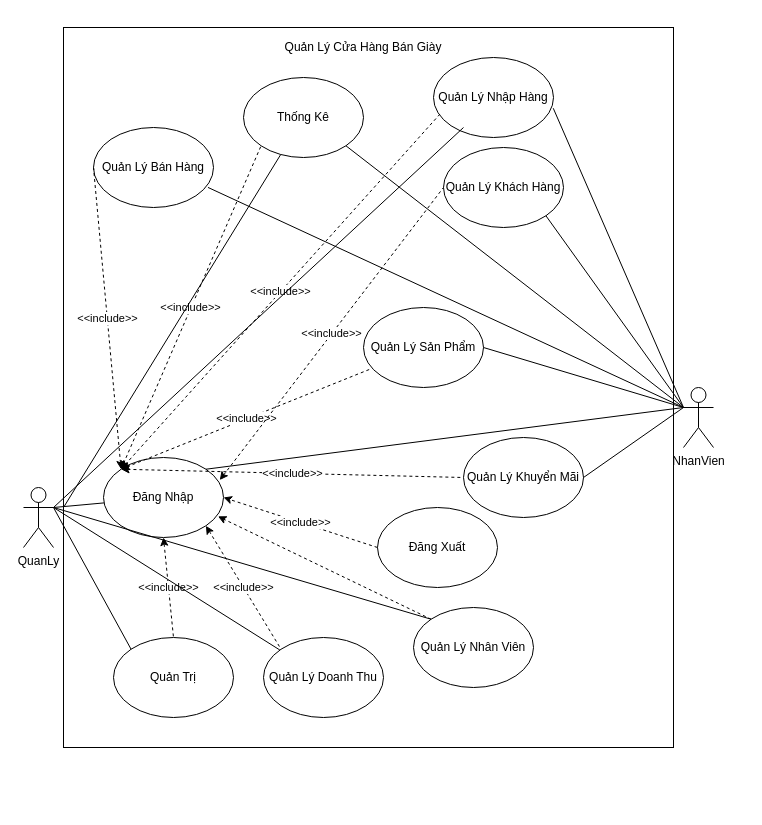
Earlier version of the draw.io diagram UseCase3.drawio (maivantai2003/Database). Source tidied: cells renumbered, new cells numbered last; positions are measured from the earlier drawing's top-left corner, leaving out a move shared by most shapes. Both pictures are drawn from the tidied source at 100%, with x=0, y=0 at pixel (23, 27).
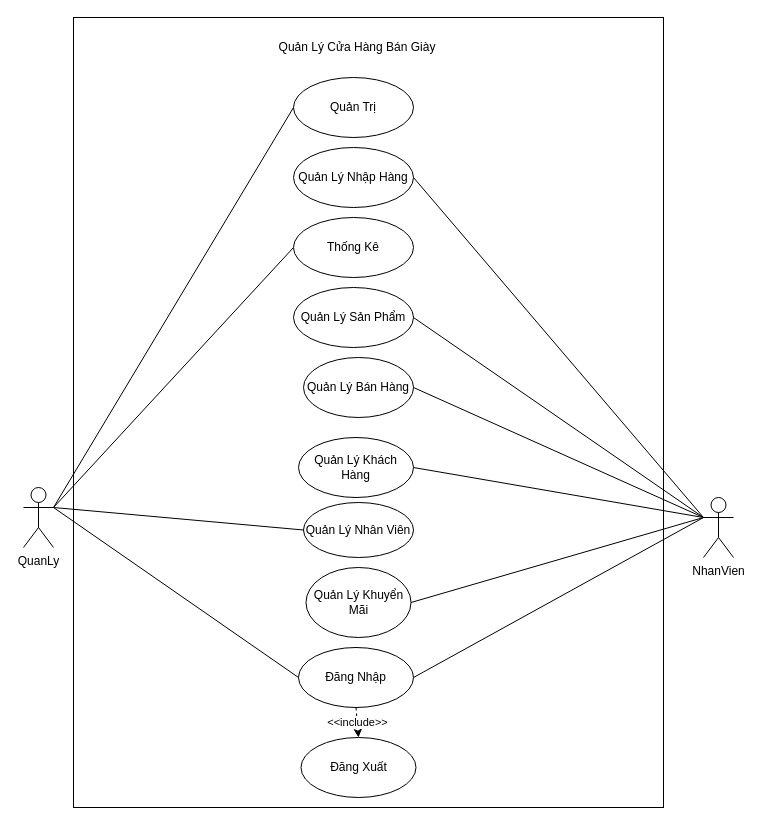
The same page after the edit.

Commit message:
Cập nhật UseCase3.drawio

Unchanged cells that the change refers to:
```xml
<mxCell id="9" value="QuanLy" style="shape=umlActor;verticalLabelPosition=bottom;verticalAlign=top;html=1;outlineConnect=0;" parent="1" vertex="1">
  <mxGeometry y="460" width="30" height="60" as="geometry" />
</mxCell>
```

Change to the diagram source:
```diff
@@
-    <mxCell id="2" style="rounded=0;whiteSpace=wrap;html=1;" parent="1" vertex="1">
-      <mxGeometry x="40" width="610" height="720" as="geometry" />
-    </mxCell>
+    <mxCell id="40" style="rounded=0;whiteSpace=wrap;html=1;" parent="1" vertex="1">
+      <mxGeometry x="50" y="-10" width="590" height="790" as="geometry" />
+    </mxCell>
     <mxCell id="3" value="NhanVien" style="shape=umlActor;verticalLabelPosition=bottom;verticalAlign=top;html=1;outlineConnect=0;" parent="1" vertex="1">
-      <mxGeometry x="660" y="360" width="30" height="60" as="geometry" />
+      <mxGeometry x="680" y="470" width="30" height="60" as="geometry" />
     </mxCell>
-    <mxCell id="4" value="Đăng Nhập" style="ellipse;whiteSpace=wrap;html=1;" parent="1" vertex="1">
-      <mxGeometry x="80" y="430" width="120" height="80" as="geometry" />
-    </mxCell>
     <mxCell id="5" value="Đăng Xuất" style="ellipse;whiteSpace=wrap;html=1;" parent="1" vertex="1">
-      <mxGeometry x="354" y="480" width="120" height="80" as="geometry" />
+      <mxGeometry x="277.5" y="710" width="115" height="60" as="geometry" />
     </mxCell>
-    <mxCell id="6" value="&amp;lt;&amp;lt;include&amp;gt;&amp;gt;" style="endArrow=classic;html=1;rounded=0;exitX=0;exitY=0.5;exitDx=0;exitDy=0;dashed=1;entryX=1;entryY=0.5;entryDx=0;entryDy=0;" parent="1" edge="1" source="5" target="4">
-      <mxGeometry relative="1" as="geometry" />
-    </mxCell>
     <mxCell id="7" value="Quản Lý Khách Hàng" style="ellipse;whiteSpace=wrap;html=1;" parent="1" vertex="1">
-      <mxGeometry x="420" y="120" width="120" height="80" as="geometry" />
+      <mxGeometry x="275" y="410" width="115" height="60" as="geometry" />
     </mxCell>
     <mxCell id="8" value="Quản Lý Nhập Hàng" style="ellipse;whiteSpace=wrap;html=1;" parent="1" vertex="1">
-      <mxGeometry x="410" y="30" width="120" height="80" as="geometry" />
+      <mxGeometry x="270" y="120" width="120" height="60" as="geometry" />
     </mxCell>
@@
-    <mxCell id="10" style="endArrow=none;html=1;rounded=0;exitX=1;exitY=0.3333333333333333;exitDx=0;exitDy=0;exitPerimeter=0;endFill=0;" parent="1" edge="1" source="9" target="4">
-      <mxGeometry relative="1" as="geometry" />
-    </mxCell>
-    <mxCell id="11" value="Quản Lý Doanh Thu" style="ellipse;whiteSpace=wrap;html=1;" parent="1" vertex="1">
-      <mxGeometry x="240" y="610" width="120" height="80" as="geometry" />
-    </mxCell>
     <mxCell id="12" value="Quản Trị" style="ellipse;whiteSpace=wrap;html=1;" parent="1" vertex="1">
-      <mxGeometry x="90" y="610" width="120" height="80" as="geometry" />
+      <mxGeometry x="270" y="50" width="120" height="60" as="geometry" />
     </mxCell>
-    <mxCell id="13" style="endArrow=none;html=1;rounded=0;entryX=1;entryY=0;entryDx=0;entryDy=0;endFill=0;exitX=0;exitY=0.3333333333333333;exitDx=0;exitDy=0;exitPerimeter=0;" parent="1" edge="1" source="3" target="4">
-      <mxGeometry relative="1" as="geometry" />
-    </mxCell>
-    <mxCell id="14" style="endArrow=none;html=1;rounded=0;entryX=1;entryY=1;entryDx=0;entryDy=0;endFill=0;exitX=0;exitY=0.3333333333333333;exitDx=0;exitDy=0;exitPerimeter=0;" parent="1" edge="1" source="3" target="7">
-      <mxGeometry relative="1" as="geometry" />
-    </mxCell>
-    <mxCell id="15" style="endArrow=none;html=1;rounded=0;exitX=0;exitY=0.3333333333333333;exitDx=0;exitDy=0;exitPerimeter=0;entryX=0.998;entryY=0.634;entryDx=0;entryDy=0;entryPerimeter=0;endFill=0;" parent="1" edge="1" source="3" target="8">
-      <mxGeometry relative="1" as="geometry" />
-    </mxCell>
     <mxCell id="16" value="Thống Kê" style="ellipse;whiteSpace=wrap;html=1;" parent="1" vertex="1">
-      <mxGeometry x="220" y="50" width="120" height="80" as="geometry" />
+      <mxGeometry x="270" y="190" width="120" height="60" as="geometry" />
     </mxCell>
-    <mxCell id="17" style="endArrow=none;html=1;rounded=0;exitX=0;exitY=0.3333333333333333;exitDx=0;exitDy=0;exitPerimeter=0;entryX=1;entryY=1;entryDx=0;entryDy=0;endFill=0;" parent="1" edge="1" source="3" target="16">
-      <mxGeometry relative="1" as="geometry" />
-    </mxCell>
     <mxCell id="18" value="Quản Lý Khuyển Mãi" style="ellipse;whiteSpace=wrap;html=1;" parent="1" vertex="1">
-      <mxGeometry x="440" y="410" width="120" height="80" as="geometry" />
+      <mxGeometry x="282.5" y="540" width="105" height="70" as="geometry" />
     </mxCell>
-    <mxCell id="19" style="endArrow=none;html=1;rounded=0;exitX=0;exitY=0.3333333333333333;exitDx=0;exitDy=0;exitPerimeter=0;entryX=1;entryY=0.5;entryDx=0;entryDy=0;endFill=0;" parent="1" edge="1" source="3" target="18">
-      <mxGeometry relative="1" as="geometry" />
-    </mxCell>
     <mxCell id="20" value="Quản Lý Bán Hàng" style="ellipse;whiteSpace=wrap;html=1;" parent="1" vertex="1">
-      <mxGeometry x="70" y="100" width="120" height="80" as="geometry" />
+      <mxGeometry x="280" y="330" width="110" height="60" as="geometry" />
     </mxCell>
     <mxCell id="21" value="Quản Lý Sản Phẩm" style="ellipse;whiteSpace=wrap;html=1;" parent="1" vertex="1">
-      <mxGeometry x="340" y="280" width="120" height="80" as="geometry" />
+      <mxGeometry x="270" y="260" width="120" height="60" as="geometry" />
     </mxCell>
+    <mxCell id="32" value="Quản Lý Cửa Hàng Bán Giày" style="text;html=1;strokeColor=none;fillColor=none;align=center;verticalAlign=middle;whiteSpace=wrap;rounded=0;" parent="1" vertex="1">
+      <mxGeometry x="214" y="10" width="240" height="20" as="geometry" />
+    </mxCell>
+    <mxCell id="35" value="Quản Lý Nhân Viên" style="ellipse;whiteSpace=wrap;html=1;" parent="1" vertex="1">
+      <mxGeometry x="280" y="475" width="110" height="55" as="geometry" />
+    </mxCell>
+    <mxCell id="4" value="Đăng Nhập" style="ellipse;whiteSpace=wrap;html=1;" parent="1" vertex="1">
+      <mxGeometry x="275" y="620" width="115" height="60" as="geometry" />
+    </mxCell>
+    <mxCell id="41" style="endArrow=none;html=1;rounded=0;exitX=1;exitY=0.3333333333333333;exitDx=0;exitDy=0;exitPerimeter=0;entryX=0;entryY=0.5;entryDx=0;entryDy=0;endFill=0;" parent="1" edge="1" source="9" target="12">
+      <mxGeometry relative="1" as="geometry" />
+    </mxCell>
+    <mxCell id="42" style="endArrow=none;html=1;rounded=0;exitX=1;exitY=0.3333333333333333;exitDx=0;exitDy=0;exitPerimeter=0;entryX=0;entryY=0.5;entryDx=0;entryDy=0;endFill=0;" parent="1" edge="1" source="9" target="16">
+      <mxGeometry relative="1" as="geometry" />
+    </mxCell>
+    <mxCell id="15" style="endArrow=none;html=1;rounded=0;exitX=0;exitY=0.3333333333333333;exitDx=0;exitDy=0;exitPerimeter=0;entryX=1;entryY=0.5;entryDx=0;entryDy=0;endFill=0;" parent="1" edge="1" source="3" target="8">
+      <mxGeometry relative="1" as="geometry" />
+    </mxCell>
+    <mxCell id="23" style="endArrow=none;html=1;rounded=0;exitX=0;exitY=0.3333333333333333;exitDx=0;exitDy=0;exitPerimeter=0;entryX=1;entryY=0.5;entryDx=0;entryDy=0;endFill=0;" parent="1" edge="1" source="3" target="20">
+      <mxGeometry relative="1" as="geometry" />
+    </mxCell>
+    <mxCell id="14" style="endArrow=none;html=1;rounded=0;exitX=0;exitY=0.3333333333333333;exitDx=0;exitDy=0;exitPerimeter=0;entryX=1;entryY=0.5;entryDx=0;entryDy=0;endFill=0;" parent="1" edge="1" source="3" target="7">
+      <mxGeometry relative="1" as="geometry" />
+    </mxCell>
+    <mxCell id="43" style="endArrow=none;html=1;rounded=0;exitX=1;exitY=0.3333333333333333;exitDx=0;exitDy=0;exitPerimeter=0;entryX=0;entryY=0.5;entryDx=0;entryDy=0;endFill=0;" parent="1" edge="1" source="9" target="35">
+      <mxGeometry relative="1" as="geometry" />
+    </mxCell>
@@
-    <mxCell id="23" style="endArrow=none;html=1;rounded=0;exitX=0;exitY=0.3333333333333333;exitDx=0;exitDy=0;exitPerimeter=0;entryX=0.954;entryY=0.749;entryDx=0;entryDy=0;entryPerimeter=0;endFill=0;" parent="1" edge="1" source="3" target="20">
-      <mxGeometry relative="1" as="geometry" />
-    </mxCell>
-    <mxCell id="24" value="&amp;lt;&amp;lt;include&amp;gt;&amp;gt;" style="endArrow=none;html=1;rounded=0;exitX=0;exitY=0;exitDx=0;exitDy=0;entryX=0;entryY=0.5;entryDx=0;entryDy=0;dashed=1;startArrow=classic;startFill=1;endFill=0;" parent="1" edge="1" source="4" target="20">
-      <mxGeometry relative="1" as="geometry" />
-    </mxCell>
-    <mxCell id="25" value="&amp;lt;&amp;lt;include&amp;gt;&amp;gt;" style="endArrow=none;html=1;rounded=0;entryX=0.068;entryY=0.763;entryDx=0;entryDy=0;entryPerimeter=0;dashed=1;exitX=0;exitY=0;exitDx=0;exitDy=0;startArrow=classic;startFill=1;endFill=0;" parent="1" edge="1" source="4" target="21">
-      <mxGeometry relative="1" as="geometry" />
-    </mxCell>
-    <mxCell id="26" value="&amp;lt;&amp;lt;include&amp;gt;&amp;gt;" style="endArrow=none;html=1;rounded=0;exitX=0;exitY=0;exitDx=0;exitDy=0;entryX=0;entryY=1;entryDx=0;entryDy=0;dashed=1;startArrow=classic;startFill=1;endFill=0;" parent="1" edge="1" source="4" target="16">
-      <mxGeometry relative="1" as="geometry" />
-    </mxCell>
-    <mxCell id="27" value="&amp;lt;&amp;lt;include&amp;gt;&amp;gt;" style="endArrow=none;html=1;rounded=0;exitX=0;exitY=0;exitDx=0;exitDy=0;entryX=0;entryY=0.5;entryDx=0;entryDy=0;dashed=1;startArrow=classic;startFill=1;endFill=0;" parent="1" edge="1" source="4" target="18">
-      <mxGeometry relative="1" as="geometry" />
-    </mxCell>
-    <mxCell id="28" value="&amp;lt;&amp;lt;include&amp;gt;&amp;gt;" style="endArrow=none;html=1;rounded=0;entryX=0;entryY=0.5;entryDx=0;entryDy=0;dashed=1;exitX=0.969;exitY=0.282;exitDx=0;exitDy=0;exitPerimeter=0;startArrow=classic;startFill=1;endFill=0;" parent="1" edge="1" source="4" target="7">
-      <mxGeometry relative="1" as="geometry" />
-    </mxCell>
-    <mxCell id="29" value="&amp;lt;&amp;lt;include&amp;gt;&amp;gt;" style="endArrow=none;html=1;rounded=0;entryX=0.053;entryY=0.709;entryDx=0;entryDy=0;entryPerimeter=0;dashed=1;exitX=0;exitY=0;exitDx=0;exitDy=0;startArrow=classic;startFill=1;endFill=0;" parent="1" edge="1" source="4" target="8">
-      <mxGeometry relative="1" as="geometry" />
-    </mxCell>
-    <mxCell id="30" value="&amp;lt;&amp;lt;include&amp;gt;&amp;gt;" style="endArrow=none;html=1;rounded=0;exitX=1;exitY=1;exitDx=0;exitDy=0;entryX=0;entryY=0;entryDx=0;entryDy=0;endFill=0;dashed=1;startArrow=classic;startFill=1;" parent="1" edge="1" source="4" target="11">
-      <mxGeometry relative="1" as="geometry" />
-    </mxCell>
-    <mxCell id="31" value="&amp;lt;&amp;lt;include&amp;gt;&amp;gt;" style="endArrow=none;html=1;rounded=0;exitX=0.5;exitY=1;exitDx=0;exitDy=0;entryX=0.5;entryY=0;entryDx=0;entryDy=0;endFill=0;dashed=1;startArrow=classic;startFill=1;" parent="1" edge="1" source="4" target="12">
-      <mxGeometry relative="1" as="geometry" />
-    </mxCell>
-    <mxCell id="32" value="Quản Lý Cửa Hàng Bán Giày" style="text;html=1;strokeColor=none;fillColor=none;align=center;verticalAlign=middle;whiteSpace=wrap;rounded=0;" parent="1" vertex="1">
-      <mxGeometry x="220" y="10" width="240" height="20" as="geometry" />
-    </mxCell>
-    <mxCell id="33" style="endArrow=none;html=1;rounded=0;entryX=0;entryY=0;entryDx=0;entryDy=0;endFill=0;" parent="1" edge="1" target="12">
-      <mxGeometry relative="1" as="geometry">
-        <mxPoint x="30" y="480" as="sourcePoint" />
-      </mxGeometry>
-    </mxCell>
-    <mxCell id="34" style="endArrow=none;html=1;rounded=0;exitX=1;exitY=0.3333333333333333;exitDx=0;exitDy=0;exitPerimeter=0;startArrow=none;startFill=0;endFill=0;" parent="1" edge="1" source="9" target="11">
-      <mxGeometry relative="1" as="geometry" />
-    </mxCell>
-    <mxCell id="35" value="Quản Lý Nhân Viên" style="ellipse;whiteSpace=wrap;html=1;" parent="1" vertex="1">
-      <mxGeometry x="390" y="580" width="120" height="80" as="geometry" />
-    </mxCell>
-    <mxCell id="36" style="endArrow=none;html=1;rounded=0;entryX=0;entryY=0;entryDx=0;entryDy=0;endFill=0;" parent="1" edge="1" target="35">
-      <mxGeometry relative="1" as="geometry">
-        <mxPoint x="30" y="480" as="sourcePoint" />
-      </mxGeometry>
-    </mxCell>
-    <mxCell id="37" style="endArrow=classic;html=1;rounded=0;exitX=0;exitY=0;exitDx=0;exitDy=0;entryX=0.954;entryY=0.736;entryDx=0;entryDy=0;entryPerimeter=0;dashed=1;" parent="1" edge="1" source="35" target="4">
-      <mxGeometry relative="1" as="geometry" />
-    </mxCell>
-    <mxCell id="38" style="endArrow=none;html=1;rounded=0;endFill=0;" parent="1" edge="1" target="16">
-      <mxGeometry relative="1" as="geometry">
-        <mxPoint x="40" y="480" as="sourcePoint" />
-      </mxGeometry>
-    </mxCell>
-    <mxCell id="39" style="endArrow=none;html=1;rounded=0;endFill=0;" parent="1" edge="1">
-      <mxGeometry relative="1" as="geometry">
-        <mxPoint x="30" y="480" as="sourcePoint" />
-        <mxPoint x="440" y="100" as="targetPoint" />
-      </mxGeometry>
-    </mxCell>
+    <mxCell id="10" style="endArrow=none;html=1;rounded=0;exitX=1;exitY=0.3333333333333333;exitDx=0;exitDy=0;exitPerimeter=0;entryX=0;entryY=0.5;entryDx=0;entryDy=0;endFill=0;" parent="1" edge="1" source="9" target="4">
+      <mxGeometry relative="1" as="geometry" />
+    </mxCell>
+    <mxCell id="13" style="endArrow=none;html=1;rounded=0;exitX=0;exitY=0.3333333333333333;exitDx=0;exitDy=0;exitPerimeter=0;entryX=1;entryY=0.5;entryDx=0;entryDy=0;endFill=0;" parent="1" edge="1" source="3" target="4">
+      <mxGeometry relative="1" as="geometry" />
+    </mxCell>
+    <mxCell id="44" value="&amp;lt;&amp;lt;include&amp;gt;&amp;gt;" style="endArrow=classic;html=1;rounded=0;exitX=0.5;exitY=1;exitDx=0;exitDy=0;entryX=0.5;entryY=0;entryDx=0;entryDy=0;dashed=1;" parent="1" edge="1" source="4" target="5">
+      <mxGeometry relative="1" as="geometry" />
+    </mxCell>
+    <mxCell id="19" style="endArrow=none;html=1;rounded=0;exitX=0;exitY=0.3333333333333333;exitDx=0;exitDy=0;exitPerimeter=0;entryX=1;entryY=0.5;entryDx=0;entryDy=0;endFill=0;" parent="1" edge="1" source="3" target="18">
+      <mxGeometry relative="1" as="geometry" />
+    </mxCell>
```
